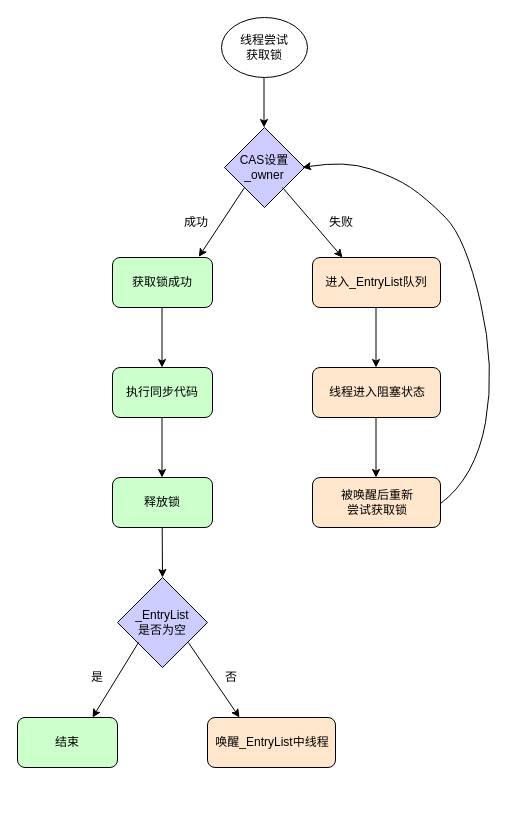
This is pocess_diagram/Monitor工作流程图.drawio from abigalexy/online_drawing, a draw.io file, before an edit. Source tidied: cells renumbered, new cells numbered last; positions are measured from the earlier drawing's top-left corner, leaving out a move shared by most shapes. Both pictures are drawn from the tidied source at 100%, with x=0, y=0 at pixel (17, 17).
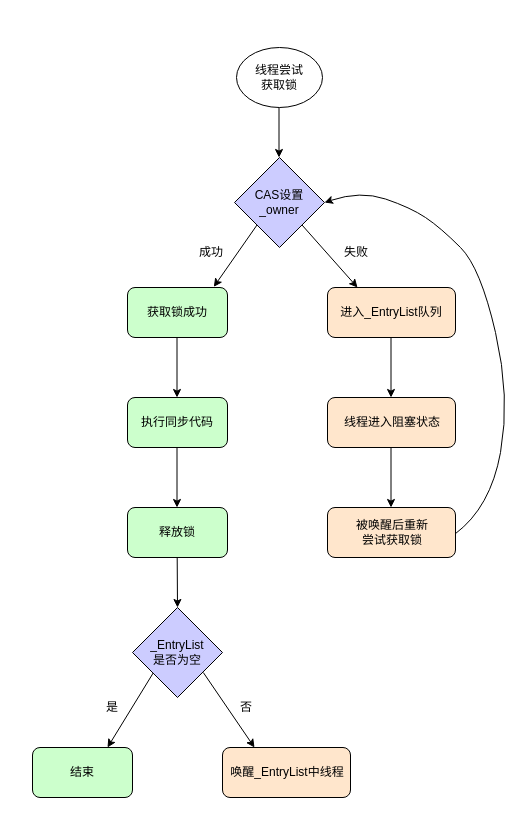
Above is the later version.

Commit message:
已添加 Monitor工作流程图.drawio

Diff of the diagram source:
```diff
@@
+    <mxCell id="38" style="group;" parent="1" vertex="1">
+      <mxGeometry x="15" y="30" width="478" height="750" as="geometry" />
+    </mxCell>
+    <mxCell id="39" style="group;" parent="38" vertex="1">
+      <mxGeometry x="204" width="86" height="60" as="geometry" />
+    </mxCell>
+    <mxCell id="40" style="ellipse;whiteSpace=wrap;html=1;" parent="39" vertex="1">
+      <mxGeometry width="86" height="60" as="geometry" />
+    </mxCell>
+    <mxCell id="37" value="线程尝试获取锁" style="text;strokeColor=none;align=center;fillColor=none;html=1;verticalAlign=middle;whiteSpace=wrap;rounded=0;" parent="39" vertex="1">
+      <mxGeometry x="13" y="15" width="60" height="30" as="geometry" />
+    </mxCell>
+    <mxCell id="41" style="group;" parent="38" vertex="1">
+      <mxGeometry y="60" width="478" height="690" as="geometry" />
+    </mxCell>
+    <mxCell id="42" style="group;" parent="41" vertex="1">
+      <mxGeometry x="95" width="383" height="450" as="geometry" />
+    </mxCell>
+    <mxCell id="43" style="endArrow=classic;html=1;rounded=0;" parent="42" edge="1">
+      <mxGeometry relative="1" as="geometry">
+        <mxPoint x="151.5" as="sourcePoint" />
+        <mxPoint x="151.5" y="50" as="targetPoint" />
+      </mxGeometry>
+    </mxCell>
+    <mxCell id="44" style="endArrow=classic;html=1;rounded=0;" parent="42" edge="1">
+      <mxGeometry relative="1" as="geometry">
+        <mxPoint x="49.5" y="230" as="sourcePoint" />
+        <mxPoint x="49.5" y="290" as="targetPoint" />
+      </mxGeometry>
+    </mxCell>
+    <mxCell id="45" style="endArrow=classic;html=1;rounded=0;" parent="42" edge="1">
+      <mxGeometry relative="1" as="geometry">
+        <mxPoint x="263.5" y="230" as="sourcePoint" />
+        <mxPoint x="263.5" y="290" as="targetPoint" />
+      </mxGeometry>
+    </mxCell>
+    <mxCell id="46" style="endArrow=classic;html=1;rounded=0;" parent="42" edge="1">
+      <mxGeometry relative="1" as="geometry">
+        <mxPoint x="49.5" y="340" as="sourcePoint" />
+        <mxPoint x="49.5" y="400" as="targetPoint" />
+      </mxGeometry>
+    </mxCell>
+    <mxCell id="47" style="endArrow=classic;html=1;rounded=0;" parent="42" edge="1">
+      <mxGeometry relative="1" as="geometry">
+        <mxPoint x="263.5" y="340" as="sourcePoint" />
+        <mxPoint x="263.5" y="400" as="targetPoint" />
+      </mxGeometry>
+    </mxCell>
+    <mxCell id="48" style="curved=1;endArrow=classic;html=1;rounded=0;entryX=1;entryY=0.5;entryDx=0;entryDy=0;exitX=0.997;exitY=0.528;exitDx=0;exitDy=0;exitPerimeter=0;" parent="42" edge="1" source="60" target="62">
+      <mxGeometry relative="1" as="geometry">
+        <Array as="points">
+          <mxPoint x="363" y="400" />
+          <mxPoint x="383" y="290" />
+          <mxPoint x="353" y="160" />
+          <mxPoint x="313" y="120" />
+          <mxPoint x="283" y="100" />
+          <mxPoint x="233" y="83" />
+        </Array>
+      </mxGeometry>
+    </mxCell>
+    <mxCell id="49" style="group;" parent="42" vertex="1">
+      <mxGeometry y="180" width="100" height="50" as="geometry" />
+    </mxCell>
+    <mxCell id="50" style="rounded=1;whiteSpace=wrap;html=1;fillColor=#CCFFCC;" parent="49" vertex="1">
+      <mxGeometry width="100" height="50" as="geometry" />
+    </mxCell>
+    <mxCell id="5" value="获取锁成功" style="text;strokeColor=none;align=center;fillColor=none;html=1;verticalAlign=middle;whiteSpace=wrap;rounded=0;" parent="49" vertex="1">
+      <mxGeometry x="15" y="10" width="70" height="30" as="geometry" />
+    </mxCell>
+    <mxCell id="51" style="group;" parent="42" vertex="1">
+      <mxGeometry x="200" y="180" width="128" height="50" as="geometry" />
+    </mxCell>
+    <mxCell id="52" style="rounded=1;whiteSpace=wrap;html=1;fillColor=#FFE6CC;" parent="51" vertex="1">
+      <mxGeometry width="128" height="50" as="geometry" />
+    </mxCell>
+    <mxCell id="7" value="进入_EntryList队列" style="text;strokeColor=none;align=center;fillColor=none;html=1;verticalAlign=middle;whiteSpace=wrap;rounded=0;" parent="51" vertex="1">
+      <mxGeometry x="9" y="10" width="110" height="30" as="geometry" />
+    </mxCell>
+    <mxCell id="53" style="group;" parent="42" vertex="1">
+      <mxGeometry x="200" y="290" width="128" height="50" as="geometry" />
+    </mxCell>
+    <mxCell id="54" style="rounded=1;whiteSpace=wrap;html=1;fillColor=#FFE6CC;" parent="53" vertex="1">
+      <mxGeometry width="128" height="50" as="geometry" />
+    </mxCell>
+    <mxCell id="15" value="线程进入阻塞状态" style="text;strokeColor=none;align=center;fillColor=none;html=1;verticalAlign=middle;whiteSpace=wrap;rounded=0;" parent="53" vertex="1">
+      <mxGeometry x="11" y="10" width="108" height="30" as="geometry" />
+    </mxCell>
+    <mxCell id="55" style="group;" parent="42" vertex="1">
+      <mxGeometry y="290" width="100" height="50" as="geometry" />
+    </mxCell>
+    <mxCell id="56" style="rounded=1;whiteSpace=wrap;html=1;fillColor=#CCFFCC;" parent="55" vertex="1">
+      <mxGeometry width="100" height="50" as="geometry" />
+    </mxCell>
+    <mxCell id="13" value="执行同步代码" style="text;strokeColor=none;align=center;fillColor=none;html=1;verticalAlign=middle;whiteSpace=wrap;rounded=0;" parent="55" vertex="1">
+      <mxGeometry x="5" y="10" width="90" height="30" as="geometry" />
+    </mxCell>
+    <mxCell id="57" style="group;" parent="42" vertex="1">
+      <mxGeometry y="400" width="100" height="50" as="geometry" />
+    </mxCell>
+    <mxCell id="58" style="rounded=1;whiteSpace=wrap;html=1;fillColor=#CCFFCC;" parent="57" vertex="1">
+      <mxGeometry width="100" height="50" as="geometry" />
+    </mxCell>
+    <mxCell id="17" value="释放锁" style="text;strokeColor=none;align=center;fillColor=none;html=1;verticalAlign=middle;whiteSpace=wrap;rounded=0;" parent="57" vertex="1">
+      <mxGeometry x="20" y="10" width="60" height="30" as="geometry" />
+    </mxCell>
+    <mxCell id="59" style="group;" parent="42" vertex="1">
+      <mxGeometry x="200" y="400" width="128" height="50" as="geometry" />
+    </mxCell>
+    <mxCell id="60" style="rounded=1;whiteSpace=wrap;html=1;fillColor=#FFE6CC;" parent="59" vertex="1">
+      <mxGeometry width="128" height="50" as="geometry" />
+    </mxCell>
+    <mxCell id="19" value="被唤醒后重新尝试获取锁" style="text;strokeColor=none;align=center;fillColor=none;html=1;verticalAlign=middle;whiteSpace=wrap;rounded=0;" parent="59" vertex="1">
+      <mxGeometry x="25" y="10" width="80" height="30" as="geometry" />
+    </mxCell>
+    <mxCell id="61" style="group;" parent="42" vertex="1">
+      <mxGeometry x="107" y="50" width="90" height="90" as="geometry" />
+    </mxCell>
+    <mxCell id="62" style="rhombus;whiteSpace=wrap;html=1;fillColor=#CCCCFF;" parent="61" vertex="1">
+      <mxGeometry width="90" height="90" as="geometry" />
+    </mxCell>
-    <mxCell id="2" value="CAS设置_owner" style="rhombus;whiteSpace=wrap;html=1;fillColor=#CCCCFF;" parent="1" vertex="1">
-      <mxGeometry x="207" y="110" width="80" height="80" as="geometry" />
+    <mxCell id="2" value="CAS设置_owner" style="text;strokeColor=none;align=center;fillColor=none;html=1;verticalAlign=middle;whiteSpace=wrap;rounded=0;" parent="61" vertex="1">
+      <mxGeometry x="15" y="30" width="60" height="30" as="geometry" />
     </mxCell>
-    <mxCell id="3" style="endArrow=classic;html=1;rounded=0;" parent="1" edge="1">
-      <mxGeometry relative="1" as="geometry">
-        <mxPoint x="246.5" y="60" as="sourcePoint" />
-        <mxPoint x="246.5" y="110" as="targetPoint" />
-      </mxGeometry>
-    </mxCell>
-    <mxCell id="4" style="rounded=1;whiteSpace=wrap;html=1;fillColor=#CCFFCC;" parent="1" vertex="1">
-      <mxGeometry x="95" y="240" width="100" height="50" as="geometry" />
-    </mxCell>
-    <mxCell id="5" value="获取锁成功" style="text;strokeColor=none;align=center;fillColor=none;html=1;verticalAlign=middle;whiteSpace=wrap;rounded=0;" parent="1" vertex="1">
-      <mxGeometry x="110" y="250" width="70" height="30" as="geometry" />
-    </mxCell>
-    <mxCell id="6" style="rounded=1;whiteSpace=wrap;html=1;fillColor=#FFE6CC;" parent="1" vertex="1">
-      <mxGeometry x="295" y="240" width="128" height="50" as="geometry" />
-    </mxCell>
-    <mxCell id="7" value="进入_EntryList队列" style="text;strokeColor=none;align=center;fillColor=none;html=1;verticalAlign=middle;whiteSpace=wrap;rounded=0;" parent="1" vertex="1">
-      <mxGeometry x="304" y="250" width="110" height="30" as="geometry" />
-    </mxCell>
-    <mxCell id="8" style="endArrow=classic;html=1;rounded=0;entryX=0.863;entryY=-0.013;entryDx=0;entryDy=0;entryPerimeter=0;exitX=0;exitY=1;exitDx=0;exitDy=0;" parent="1" edge="1" source="2" target="4">
-      <mxGeometry relative="1" as="geometry" />
-    </mxCell>
-    <mxCell id="9" style="endArrow=classic;html=1;rounded=0;" parent="1" edge="1">
-      <mxGeometry relative="1" as="geometry">
-        <mxPoint x="265" y="170" as="sourcePoint" />
-        <mxPoint x="325" y="240" as="targetPoint" />
-      </mxGeometry>
-    </mxCell>
+    <mxCell id="63" style="group;" parent="42" vertex="1">
+      <mxGeometry x="64" y="130" width="40" height="30" as="geometry" />
+    </mxCell>
-    <mxCell id="10" value="成功" style="text;strokeColor=none;align=center;fillColor=none;html=1;verticalAlign=middle;whiteSpace=wrap;rounded=0;" parent="1" vertex="1">
-      <mxGeometry x="159" y="190" width="40" height="30" as="geometry" />
+    <mxCell id="10" value="成功" style="text;strokeColor=none;align=center;fillColor=none;html=1;verticalAlign=middle;whiteSpace=wrap;rounded=0;" parent="63" vertex="1">
+      <mxGeometry width="40" height="30" as="geometry" />
     </mxCell>
+    <mxCell id="64" style="group;" parent="42" vertex="1">
+      <mxGeometry x="209" y="130" width="40" height="50" as="geometry" />
+    </mxCell>
+    <mxCell id="65" style="endArrow=classic;html=1;rounded=0;exitX=1;exitY=1;exitDx=0;exitDy=0;" parent="64" edge="1" source="62">
+      <mxGeometry relative="1" as="geometry">
+        <mxPoint x="21" y="50" as="targetPoint" />
+      </mxGeometry>
+    </mxCell>
-    <mxCell id="11" value="失败" style="text;strokeColor=none;align=center;fillColor=none;html=1;verticalAlign=middle;whiteSpace=wrap;rounded=0;" parent="1" vertex="1">
-      <mxGeometry x="304" y="190" width="40" height="30" as="geometry" />
+    <mxCell id="11" value="失败" style="text;strokeColor=none;align=center;fillColor=none;html=1;verticalAlign=middle;whiteSpace=wrap;rounded=0;" parent="64" vertex="1">
+      <mxGeometry width="40" height="30" as="geometry" />
     </mxCell>
-    <mxCell id="12" style="rounded=1;whiteSpace=wrap;html=1;fillColor=#CCFFCC;" parent="1" vertex="1">
-      <mxGeometry x="95" y="350" width="100" height="50" as="geometry" />
-    </mxCell>
-    <mxCell id="13" value="执行同步代码" style="text;strokeColor=none;align=center;fillColor=none;html=1;verticalAlign=middle;whiteSpace=wrap;rounded=0;" parent="1" vertex="1">
-      <mxGeometry x="100" y="360" width="90" height="30" as="geometry" />
-    </mxCell>
-    <mxCell id="14" style="rounded=1;whiteSpace=wrap;html=1;fillColor=#FFE6CC;" parent="1" vertex="1">
-      <mxGeometry x="295" y="350" width="128" height="50" as="geometry" />
-    </mxCell>
-    <mxCell id="15" value="线程进入阻塞状态" style="text;strokeColor=none;align=center;fillColor=none;html=1;verticalAlign=middle;whiteSpace=wrap;rounded=0;" parent="1" vertex="1">
-      <mxGeometry x="306" y="360" width="108" height="30" as="geometry" />
-    </mxCell>
-    <mxCell id="16" style="rounded=1;whiteSpace=wrap;html=1;fillColor=#CCFFCC;" parent="1" vertex="1">
-      <mxGeometry x="95" y="460" width="100" height="50" as="geometry" />
-    </mxCell>
-    <mxCell id="17" value="释放锁" style="text;strokeColor=none;align=center;fillColor=none;html=1;verticalAlign=middle;whiteSpace=wrap;rounded=0;" parent="1" vertex="1">
-      <mxGeometry x="115" y="470" width="60" height="30" as="geometry" />
-    </mxCell>
-    <mxCell id="18" style="rounded=1;whiteSpace=wrap;html=1;fillColor=#FFE6CC;" parent="1" vertex="1">
-      <mxGeometry x="295" y="460" width="128" height="50" as="geometry" />
-    </mxCell>
-    <mxCell id="19" value="被唤醒后重新尝试获取锁" style="text;strokeColor=none;align=center;fillColor=none;html=1;verticalAlign=middle;whiteSpace=wrap;rounded=0;" parent="1" vertex="1">
-      <mxGeometry x="320" y="470" width="80" height="30" as="geometry" />
-    </mxCell>
-    <mxCell id="20" style="endArrow=classic;html=1;rounded=0;" parent="1" edge="1">
-      <mxGeometry relative="1" as="geometry">
-        <mxPoint x="144.5" y="290" as="sourcePoint" />
-        <mxPoint x="144.5" y="350" as="targetPoint" />
-      </mxGeometry>
-    </mxCell>
-    <mxCell id="21" style="endArrow=classic;html=1;rounded=0;" parent="1" edge="1">
-      <mxGeometry relative="1" as="geometry">
-        <mxPoint x="358.5" y="290" as="sourcePoint" />
-        <mxPoint x="358.5" y="350" as="targetPoint" />
-      </mxGeometry>
-    </mxCell>
-    <mxCell id="22" style="endArrow=classic;html=1;rounded=0;" parent="1" edge="1">
-      <mxGeometry relative="1" as="geometry">
-        <mxPoint x="144.5" y="400" as="sourcePoint" />
-        <mxPoint x="144.5" y="460" as="targetPoint" />
-      </mxGeometry>
-    </mxCell>
-    <mxCell id="23" style="endArrow=classic;html=1;rounded=0;" parent="1" edge="1">
-      <mxGeometry relative="1" as="geometry">
-        <mxPoint x="358.5" y="400" as="sourcePoint" />
-        <mxPoint x="358.5" y="460" as="targetPoint" />
-      </mxGeometry>
-    </mxCell>
-    <mxCell id="24" style="curved=1;endArrow=classic;html=1;rounded=0;entryX=0.975;entryY=0.5;entryDx=0;entryDy=0;entryPerimeter=0;exitX=0.997;exitY=0.528;exitDx=0;exitDy=0;exitPerimeter=0;" parent="1" edge="1" source="18" target="2">
-      <mxGeometry relative="1" as="geometry">
-        <Array as="points">
-          <mxPoint x="458" y="460" />
-          <mxPoint x="478" y="350" />
-          <mxPoint x="448" y="220" />
-          <mxPoint x="408" y="180" />
-          <mxPoint x="378" y="160" />
-          <mxPoint x="328" y="143" />
-        </Array>
-      </mxGeometry>
-    </mxCell>
-    <mxCell id="25" style="rhombus;whiteSpace=wrap;html=1;fillColor=#CCCCFF;" parent="1" vertex="1">
-      <mxGeometry x="100" y="560" width="90" height="90" as="geometry" />
-    </mxCell>
+    <mxCell id="66" style="endArrow=classic;html=1;rounded=0;entryX=0.863;entryY=-0.013;entryDx=0;entryDy=0;entryPerimeter=0;exitX=0;exitY=1;exitDx=0;exitDy=0;" parent="42" edge="1" source="62" target="50">
+      <mxGeometry relative="1" as="geometry" />
+    </mxCell>
+    <mxCell id="67" style="group;" parent="41" vertex="1">
+      <mxGeometry y="450" width="318" height="240" as="geometry" />
+    </mxCell>
+    <mxCell id="68" style="endArrow=classic;html=1;rounded=0;" parent="67" edge="1">
+      <mxGeometry relative="1" as="geometry">
+        <mxPoint x="144.7" as="sourcePoint" />
+        <mxPoint x="145" y="50" as="targetPoint" />
+      </mxGeometry>
+    </mxCell>
+    <mxCell id="69" style="group;" parent="67" vertex="1">
+      <mxGeometry y="50" width="318" height="190" as="geometry" />
+    </mxCell>
+    <mxCell id="31" value="是" style="text;strokeColor=none;align=center;fillColor=none;html=1;verticalAlign=middle;whiteSpace=wrap;rounded=0;" parent="69" vertex="1">
+      <mxGeometry x="65" y="90" width="30" height="20" as="geometry" />
+    </mxCell>
+    <mxCell id="70" style="endArrow=classic;html=1;rounded=0;exitX=0;exitY=1;exitDx=0;exitDy=0;" parent="69" edge="1">
+      <mxGeometry relative="1" as="geometry">
+        <mxPoint x="121" y="65" as="sourcePoint" />
+        <mxPoint x="75" y="140" as="targetPoint" />
+      </mxGeometry>
+    </mxCell>
+    <mxCell id="71" style="endArrow=classic;html=1;rounded=0;entryX=0.25;entryY=0;entryDx=0;entryDy=0;" parent="69" edge="1" target="75">
+      <mxGeometry relative="1" as="geometry">
+        <mxPoint x="170.8" y="65" as="sourcePoint" />
+      </mxGeometry>
+    </mxCell>
+    <mxCell id="34" value="否" style="text;strokeColor=none;align=center;fillColor=none;html=1;verticalAlign=middle;whiteSpace=wrap;rounded=0;" parent="69" vertex="1">
+      <mxGeometry x="199" y="90" width="30" height="20" as="geometry" />
+    </mxCell>
+    <mxCell id="72" style="group;" parent="69" vertex="1">
+      <mxGeometry x="100" width="90" height="90" as="geometry" />
+    </mxCell>
+    <mxCell id="73" style="rhombus;whiteSpace=wrap;html=1;fillColor=#CCCCFF;" parent="72" vertex="1">
+      <mxGeometry width="90" height="90" as="geometry" />
+    </mxCell>
-    <mxCell id="26" value="_EntryList是否为空" style="text;strokeColor=none;align=center;fillColor=none;html=1;verticalAlign=middle;whiteSpace=wrap;rounded=0;" parent="1" vertex="1">
-      <mxGeometry x="115" y="585" width="60" height="40" as="geometry" />
+    <mxCell id="26" value="_EntryList是否为空" style="text;strokeColor=none;align=center;fillColor=none;html=1;verticalAlign=middle;whiteSpace=wrap;rounded=0;" parent="72" vertex="1">
+      <mxGeometry x="15" y="25" width="60" height="40" as="geometry" />
     </mxCell>
-    <mxCell id="27" style="rounded=1;whiteSpace=wrap;html=1;fillColor=#CCFFCC;" parent="1" vertex="1">
-      <mxGeometry y="700" width="100" height="50" as="geometry" />
-    </mxCell>
-    <mxCell id="28" style="rounded=1;whiteSpace=wrap;html=1;fillColor=#FFE6CC;" parent="1" vertex="1">
-      <mxGeometry x="190" y="700" width="128" height="50" as="geometry" />
-    </mxCell>
+    <mxCell id="74" style="group;" parent="69" vertex="1">
+      <mxGeometry x="190" y="140" width="128" height="50" as="geometry" />
+    </mxCell>
+    <mxCell id="75" style="rounded=1;whiteSpace=wrap;html=1;fillColor=#FFE6CC;" parent="74" vertex="1">
+      <mxGeometry width="128" height="50" as="geometry" />
+    </mxCell>
+    <mxCell id="30" value="唤醒_EntryList中线程" style="text;strokeColor=none;align=center;fillColor=none;html=1;verticalAlign=middle;whiteSpace=wrap;rounded=0;" parent="74" vertex="1">
+      <mxGeometry x="5" y="10" width="120" height="30" as="geometry" />
+    </mxCell>
+    <mxCell id="76" style="group;" parent="69" vertex="1">
+      <mxGeometry y="140" width="100" height="50" as="geometry" />
+    </mxCell>
+    <mxCell id="77" style="rounded=1;whiteSpace=wrap;html=1;fillColor=#CCFFCC;" parent="76" vertex="1">
+      <mxGeometry width="100" height="50" as="geometry" />
+    </mxCell>
-    <mxCell id="29" value="结束" style="text;strokeColor=none;align=center;fillColor=none;html=1;verticalAlign=middle;whiteSpace=wrap;rounded=0;" parent="1" vertex="1">
-      <mxGeometry x="25" y="710" width="50" height="30" as="geometry" />
+    <mxCell id="29" value="结束" style="text;strokeColor=none;align=center;fillColor=none;html=1;verticalAlign=middle;whiteSpace=wrap;rounded=0;" parent="76" vertex="1">
+      <mxGeometry x="25" y="10" width="50" height="30" as="geometry" />
     </mxCell>
-    <mxCell id="30" value="唤醒_EntryList中线程" style="text;strokeColor=none;align=center;fillColor=none;html=1;verticalAlign=middle;whiteSpace=wrap;rounded=0;" parent="1" vertex="1">
-      <mxGeometry x="195" y="710" width="120" height="30" as="geometry" />
-    </mxCell>
-    <mxCell id="31" value="是" style="text;strokeColor=none;align=center;fillColor=none;html=1;verticalAlign=middle;whiteSpace=wrap;rounded=0;" parent="1" vertex="1">
-      <mxGeometry x="65" y="650" width="30" height="20" as="geometry" />
-    </mxCell>
-    <mxCell id="32" style="endArrow=classic;html=1;rounded=0;exitX=0;exitY=1;exitDx=0;exitDy=0;" parent="1" edge="1">
-      <mxGeometry relative="1" as="geometry">
-        <mxPoint x="121" y="625" as="sourcePoint" />
-        <mxPoint x="75" y="700" as="targetPoint" />
-      </mxGeometry>
-    </mxCell>
-    <mxCell id="33" style="endArrow=classic;html=1;rounded=0;entryX=0.25;entryY=0;entryDx=0;entryDy=0;" parent="1" edge="1" target="28">
-      <mxGeometry relative="1" as="geometry">
-        <mxPoint x="170.8" y="625" as="sourcePoint" />
-      </mxGeometry>
-    </mxCell>
-    <mxCell id="34" value="否" style="text;strokeColor=none;align=center;fillColor=none;html=1;verticalAlign=middle;whiteSpace=wrap;rounded=0;" parent="1" vertex="1">
-      <mxGeometry x="199" y="650" width="30" height="20" as="geometry" />
-    </mxCell>
-    <mxCell id="35" style="endArrow=classic;html=1;rounded=0;" parent="1" edge="1">
-      <mxGeometry relative="1" as="geometry">
-        <mxPoint x="144.7" y="510" as="sourcePoint" />
-        <mxPoint x="145" y="560" as="targetPoint" />
-      </mxGeometry>
-    </mxCell>
-    <mxCell id="36" style="ellipse;whiteSpace=wrap;html=1;" parent="1" vertex="1">
-      <mxGeometry x="204" width="86" height="60" as="geometry" />
-    </mxCell>
-    <mxCell id="37" value="线程尝试获取锁" style="text;strokeColor=none;align=center;fillColor=none;html=1;verticalAlign=middle;whiteSpace=wrap;rounded=0;" parent="1" vertex="1">
-      <mxGeometry x="217" y="15" width="60" height="30" as="geometry" />
-    </mxCell>
```
